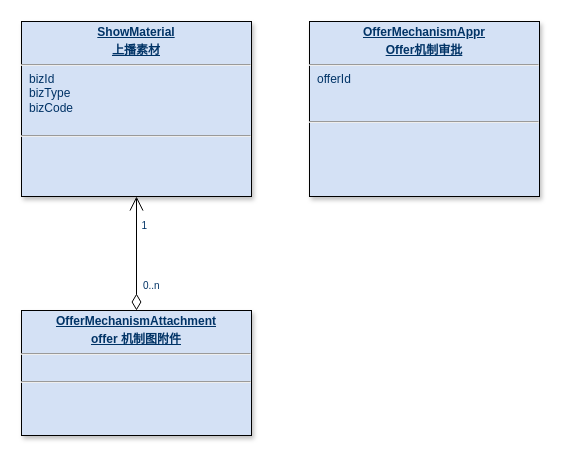
This is page "Offer素材-设计" (20 of 20) of 美one.drawio from rockywade/draw, a draw.io file, before an edit. Source tidied: cells renumbered, new cells numbered last; positions are measured from the earlier drawing's top-left corner, leaving out a move shared by most shapes. Both pictures are drawn from the tidied source at 100%, with x=0, y=0 at pixel (21, 21).
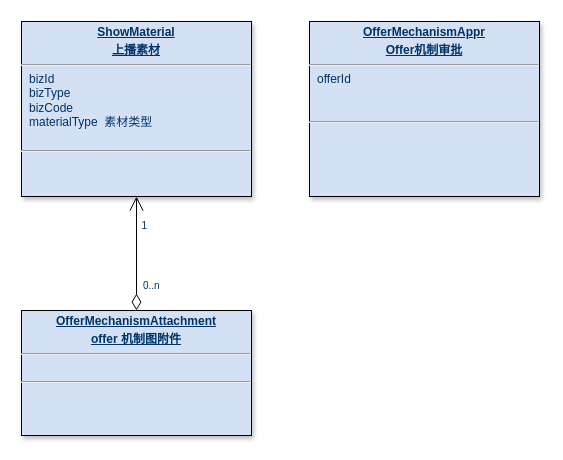
The same diagram, later.

The edit, as a diff of the source:
```diff
@@
 <mxGraphModel>
   <root>
     <mxCell id="0" />
     <mxCell id="1" parent="0" />
-    <mxCell id="2" value="&lt;p style=&quot;margin: 4px 0px 0px; text-align: center;&quot;&gt;&lt;span style=&quot;background-color: transparent; text-align: left;&quot;&gt;&lt;b&gt;&lt;u&gt;ShowMaterial&lt;/u&gt;&lt;/b&gt;&lt;/span&gt;&lt;/p&gt;&lt;p style=&quot;margin: 4px 0px 0px; text-align: center;&quot;&gt;&lt;span style=&quot;background-color: transparent; text-align: left;&quot;&gt;&lt;b&gt;&lt;u&gt;上播素材&lt;/u&gt;&lt;/b&gt;&lt;/span&gt;&lt;/p&gt;&lt;hr&gt;&lt;p style=&quot;margin: 0px; margin-left: 8px;&quot;&gt;bizId&lt;/p&gt;&lt;p style=&quot;margin: 0px; margin-left: 8px;&quot;&gt;bizType&lt;/p&gt;&lt;p style=&quot;margin: 0px; margin-left: 8px;&quot;&gt;bizCode&lt;/p&gt;&lt;p style=&quot;margin: 0px; margin-left: 8px;&quot;&gt;&lt;br&gt;&lt;/p&gt;&lt;hr&gt;&lt;p style=&quot;margin: 0px; margin-left: 8px;&quot;&gt;&lt;br&gt;&lt;/p&gt;&lt;p style=&quot;margin: 0px; margin-left: 8px;&quot;&gt;&lt;br&gt;&lt;/p&gt;" style="verticalAlign=top;align=left;overflow=fill;fontSize=12;fontFamily=Helvetica;html=1;strokeColor=default;shadow=1;fillColor=#D4E1F5;fontColor=#003366;rounded=0;glass=0;imageAspect=1;labelBackgroundColor=none;textShadow=0;direction=east;" parent="1" vertex="1">
+    <mxCell id="2" value="&lt;p style=&quot;margin: 4px 0px 0px; text-align: center;&quot;&gt;&lt;span style=&quot;background-color: transparent; text-align: left;&quot;&gt;&lt;b&gt;&lt;u&gt;ShowMaterial&lt;/u&gt;&lt;/b&gt;&lt;/span&gt;&lt;/p&gt;&lt;p style=&quot;margin: 4px 0px 0px; text-align: center;&quot;&gt;&lt;span style=&quot;background-color: transparent; text-align: left;&quot;&gt;&lt;b&gt;&lt;u&gt;上播素材&lt;/u&gt;&lt;/b&gt;&lt;/span&gt;&lt;/p&gt;&lt;hr&gt;&lt;p style=&quot;margin: 0px; margin-left: 8px;&quot;&gt;bizId&lt;/p&gt;&lt;p style=&quot;margin: 0px; margin-left: 8px;&quot;&gt;bizType&lt;/p&gt;&lt;p style=&quot;margin: 0px; margin-left: 8px;&quot;&gt;bizCode&lt;/p&gt;&lt;p style=&quot;margin: 0px; margin-left: 8px;&quot;&gt;materialType&amp;nbsp;&amp;nbsp;素材类型&lt;/p&gt;&lt;p style=&quot;margin: 0px; margin-left: 8px;&quot;&gt;&lt;br&gt;&lt;/p&gt;&lt;hr&gt;&lt;p style=&quot;margin: 0px; margin-left: 8px;&quot;&gt;&lt;br&gt;&lt;/p&gt;&lt;p style=&quot;margin: 0px; margin-left: 8px;&quot;&gt;&lt;br&gt;&lt;/p&gt;" style="verticalAlign=top;align=left;overflow=fill;fontSize=12;fontFamily=Helvetica;html=1;strokeColor=default;shadow=1;fillColor=#D4E1F5;fontColor=#003366;rounded=0;glass=0;imageAspect=1;labelBackgroundColor=none;textShadow=0;direction=east;" parent="1" vertex="1">
       <mxGeometry width="230" height="175" as="geometry" />
     </mxCell>
     <mxCell id="3" value="&lt;p style=&quot;margin: 4px 0px 0px; text-align: center;&quot;&gt;&lt;span style=&quot;background-color: transparent; text-align: left;&quot;&gt;&lt;b&gt;&lt;u&gt;OfferMechanismAttachment&lt;/u&gt;&lt;/b&gt;&lt;/span&gt;&lt;/p&gt;&lt;p style=&quot;margin: 4px 0px 0px; text-align: center;&quot;&gt;&lt;span style=&quot;background-color: transparent; text-align: left;&quot;&gt;&lt;b&gt;&lt;u&gt;offer 机制图附件&lt;/u&gt;&lt;/b&gt;&lt;/span&gt;&lt;/p&gt;&lt;hr&gt;&lt;p style=&quot;margin: 0px; margin-left: 8px;&quot;&gt;&lt;br&gt;&lt;/p&gt;&lt;hr&gt;&lt;p style=&quot;margin: 0px; margin-left: 8px;&quot;&gt;&lt;br&gt;&lt;/p&gt;&lt;p style=&quot;margin: 0px; margin-left: 8px;&quot;&gt;&lt;br&gt;&lt;/p&gt;" style="verticalAlign=top;align=left;overflow=fill;fontSize=12;fontFamily=Helvetica;html=1;strokeColor=default;shadow=1;fillColor=#D4E1F5;fontColor=#003366;rounded=0;glass=0;imageAspect=1;labelBackgroundColor=none;textShadow=0;direction=east;" parent="1" vertex="1">
       <mxGeometry y="289" width="230" height="125" as="geometry" />
     </mxCell>
     <mxCell id="4" style="endArrow=open;endSize=12;startArrow=diamondThin;startSize=14;startFill=0;edgeStyle=orthogonalEdgeStyle;exitX=0.5;exitY=0;exitDx=0;exitDy=0;" parent="1" edge="1" source="3" target="2">
       <mxGeometry x="-377.9" y="803.2" as="geometry" />
     </mxCell>
     <mxCell id="5" value="0..n" style="align=left;verticalAlign=top;labelBackgroundColor=#ffffff;fontSize=10;strokeColor=#003366;shadow=1;fillColor=#D4E1F5;fontColor=#003366;" parent="4" vertex="1">
       <mxGeometry x="-1" relative="1" as="geometry">
         <mxPoint x="5" y="-37" as="offset" />
       </mxGeometry>
     </mxCell>
     <mxCell id="6" value="1" style="align=right;verticalAlign=top;labelBackgroundColor=#ffffff;fontSize=10;strokeColor=#003366;shadow=1;fillColor=#D4E1F5;fontColor=#003366;" parent="4" vertex="1">
       <mxGeometry x="1" relative="1" as="geometry">
         <mxPoint x="12" y="17" as="offset" />
       </mxGeometry>
     </mxCell>
     <mxCell id="7" value="&lt;p style=&quot;margin: 4px 0px 0px; text-align: center;&quot;&gt;&lt;span style=&quot;background-color: transparent; text-align: left;&quot;&gt;&lt;b&gt;&lt;u&gt;OfferMechanismAppr&lt;/u&gt;&lt;/b&gt;&lt;/span&gt;&lt;/p&gt;&lt;p style=&quot;margin: 4px 0px 0px; text-align: center;&quot;&gt;&lt;span style=&quot;background-color: transparent; text-align: left;&quot;&gt;&lt;b&gt;&lt;u&gt;Offer机制审批&lt;/u&gt;&lt;/b&gt;&lt;/span&gt;&lt;/p&gt;&lt;hr&gt;&lt;p style=&quot;margin: 0px; margin-left: 8px;&quot;&gt;offerId&lt;/p&gt;&lt;p style=&quot;margin: 0px; margin-left: 8px;&quot;&gt;&lt;br&gt;&lt;/p&gt;&lt;p style=&quot;margin: 0px; margin-left: 8px;&quot;&gt;&lt;br&gt;&lt;/p&gt;&lt;hr&gt;&lt;p style=&quot;margin: 0px; margin-left: 8px;&quot;&gt;&lt;br&gt;&lt;/p&gt;&lt;p style=&quot;margin: 0px; margin-left: 8px;&quot;&gt;&lt;br&gt;&lt;/p&gt;" style="verticalAlign=top;align=left;overflow=fill;fontSize=12;fontFamily=Helvetica;html=1;strokeColor=default;shadow=1;fillColor=#D4E1F5;fontColor=#003366;rounded=0;glass=0;imageAspect=1;labelBackgroundColor=none;textShadow=0;direction=east;" parent="1" vertex="1">
       <mxGeometry x="288" width="230" height="175" as="geometry" />
     </mxCell>
   </root>
 </mxGraphModel>
```
